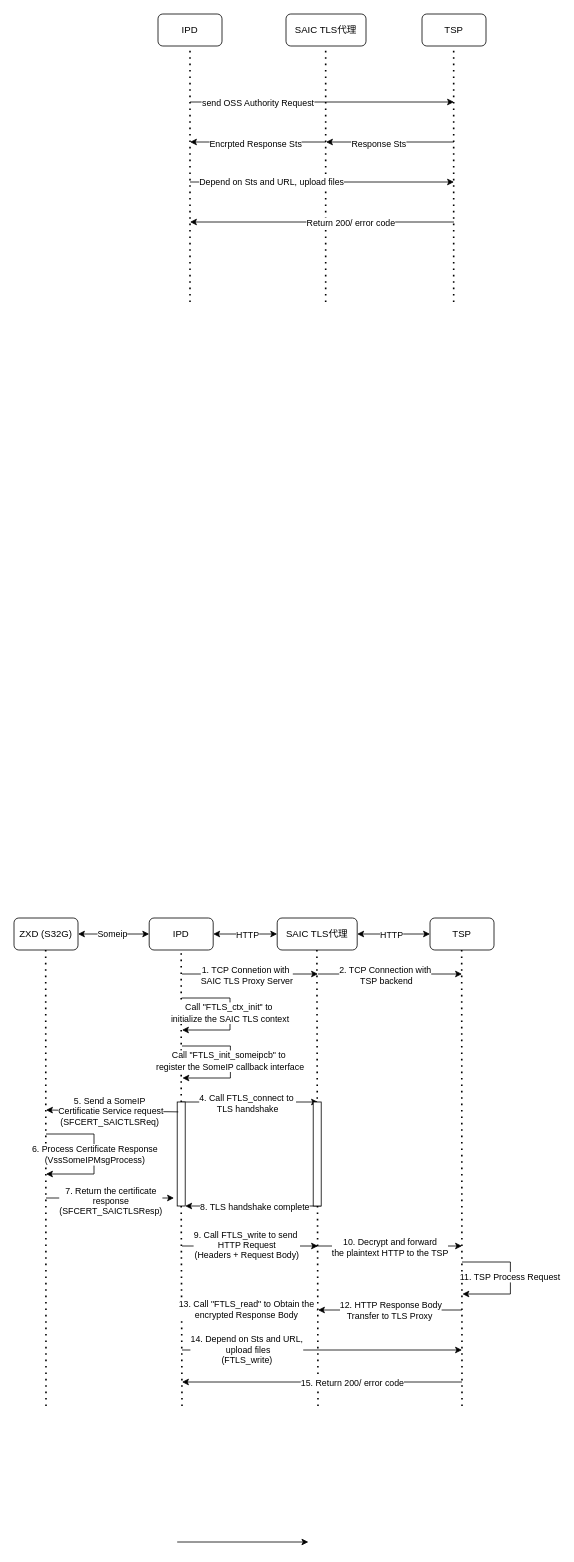
This is HJtodolist.drawio from YuzhouYe/peb, a draw.io file, before an edit. Source tidied: cells renumbered, new cells numbered last; positions are measured from the earlier drawing's top-left corner, leaving out a move shared by most shapes. Both pictures are drawn from the tidied source at 80%, with x=0, y=0 at pixel (14, 14).
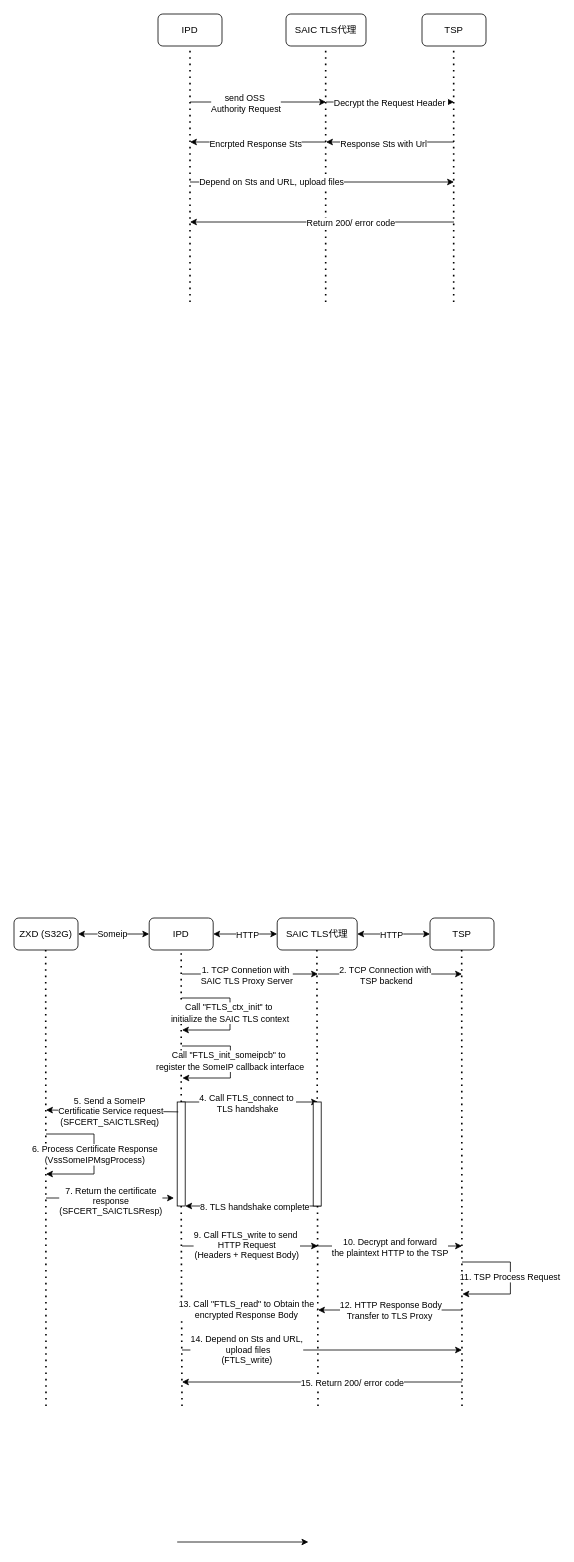
After the change.

Unchanged cells that the change refers to:
```xml
<mxCell id="10" style="endArrow=classic;html=1;rounded=0;" parent="1" edge="1">
  <mxGeometry relative="1" as="geometry">
    <mxPoint x="550" y="160" as="sourcePoint" />
    <mxPoint x="390" y="160" as="targetPoint" />
  </mxGeometry>
</mxCell>
```

Diff of the diagram source:
```diff
@@
     <mxCell id="8" style="endArrow=classic;html=1;rounded=0;" parent="1" edge="1">
       <mxGeometry relative="1" as="geometry">
         <mxPoint x="220" y="110" as="sourcePoint" />
-        <mxPoint x="550" y="110" as="targetPoint" />
+        <mxPoint x="390" y="110" as="targetPoint" />
       </mxGeometry>
     </mxCell>
-    <mxCell id="9" value="send OSS Authority Request" style="edgeLabel;html=1;align=center;verticalAlign=middle;" parent="8" vertex="1">
-      <mxGeometry x="-0.49" y="-1" relative="1" as="geometry" />
+    <mxCell id="9" value="send OSS&amp;nbsp;&lt;div&gt;Authority Request&lt;/div&gt;" style="edgeLabel;html=1;align=center;verticalAlign=middle;" parent="8" vertex="1">
+      <mxGeometry x="-0.49" y="-1" relative="1" as="geometry">
+        <mxPoint x="26" as="offset" />
+      </mxGeometry>
     </mxCell>
@@
-    <mxCell id="11" value="Response Sts" style="edgeLabel;html=1;align=center;verticalAlign=middle;" parent="10" vertex="1">
-      <mxGeometry x="0.19" y="2" relative="1" as="geometry" />
+    <mxCell id="11" value="Response Sts with Url" style="edgeLabel;html=1;align=center;verticalAlign=middle;" parent="10" vertex="1">
+      <mxGeometry x="0.19" y="2" relative="1" as="geometry">
+        <mxPoint x="6" as="offset" />
+      </mxGeometry>
     </mxCell>
@@
+    <mxCell id="68" style="endArrow=classic;html=1;rounded=0;" parent="1" edge="1">
+      <mxGeometry relative="1" as="geometry">
+        <mxPoint x="390" y="110" as="sourcePoint" />
+        <mxPoint x="550" y="110" as="targetPoint" />
+      </mxGeometry>
+    </mxCell>
+    <mxCell id="69" value="Decrypt the Request Header&amp;nbsp;" style="edgeLabel;html=1;align=center;verticalAlign=middle;" parent="68" vertex="1">
+      <mxGeometry x="-0.49" y="-1" relative="1" as="geometry">
+        <mxPoint x="39" as="offset" />
+      </mxGeometry>
+    </mxCell>
```
